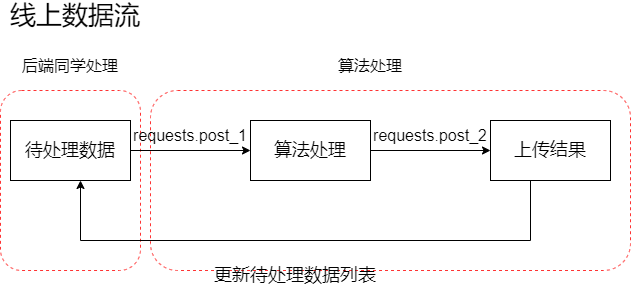
Before: 线上数据流.drawio.png, a diagram exported from draw.io (Linranran/my_images). Source tidied: cells renumbered, new cells last; positions are measured from the earlier drawing's top-left corner, leaving out a move shared by most shapes.
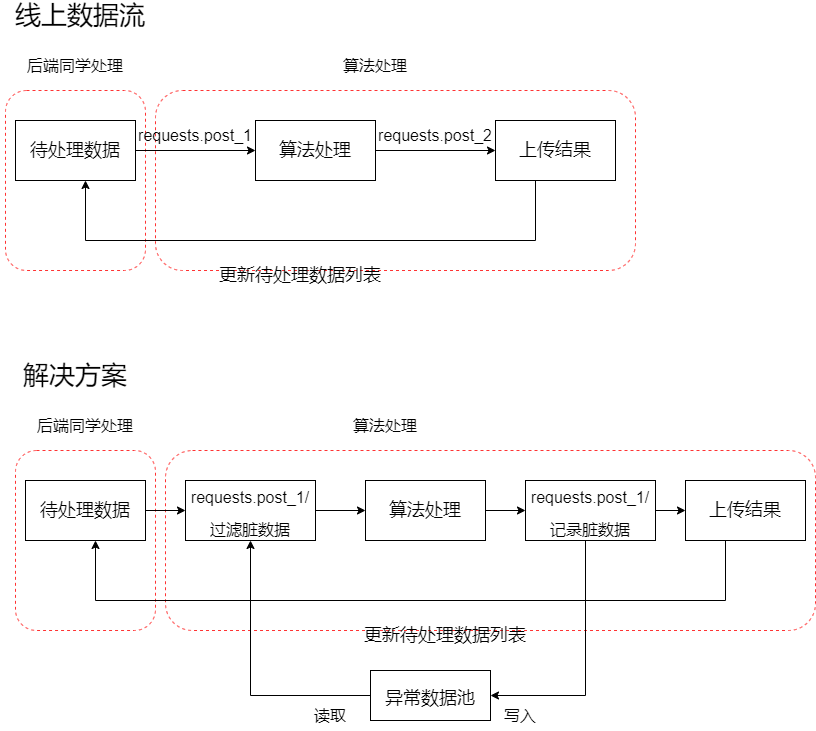
The same file after the commit.

Commit message:
Update 线上数据流.drawio.png

What changed in the source:
```diff
@@ -50,5 +50,78 @@
     <mxCell id="15" value="&lt;font style=&quot;font-size: 26px&quot;&gt;线上数据流&lt;/font&gt;" style="text;html=1;strokeColor=none;fillColor=none;align=center;verticalAlign=middle;whiteSpace=wrap;rounded=0;fontSize=18;" parent="1" vertex="1">
       <mxGeometry width="150" height="30" as="geometry" />
     </mxCell>
+    <mxCell id="16" value="&lt;font style=&quot;font-size: 26px&quot;&gt;解决方案&lt;/font&gt;" style="text;html=1;strokeColor=none;fillColor=none;align=center;verticalAlign=middle;whiteSpace=wrap;rounded=0;fontSize=18;" parent="1" vertex="1">
+      <mxGeometry x="-5" y="360" width="150" height="30" as="geometry" />
+    </mxCell>
+    <mxCell id="17" style="rounded=1;whiteSpace=wrap;html=1;fontSize=16;strokeColor=#FF3333;dashed=1;" parent="1" vertex="1">
+      <mxGeometry x="160" y="450" width="650" height="180" as="geometry" />
+    </mxCell>
+    <mxCell id="18" style="rounded=1;whiteSpace=wrap;html=1;fontSize=16;strokeColor=#FF3333;dashed=1;" parent="1" vertex="1">
+      <mxGeometry x="10" y="450" width="140" height="180" as="geometry" />
+    </mxCell>
+    <mxCell id="19" style="edgeStyle=orthogonalEdgeStyle;rounded=0;jettySize=auto;html=1;entryX=0;entryY=0.5;entryDx=0;entryDy=0;fontSize=16;" parent="1" edge="1" source="20" target="33">
+      <mxGeometry relative="1" as="geometry" />
+    </mxCell>
+    <mxCell id="20" value="&lt;font style=&quot;font-size: 18px&quot;&gt;待处理数据&lt;/font&gt;" style="rounded=0;whiteSpace=wrap;html=1;" parent="1" vertex="1">
+      <mxGeometry x="20" y="480" width="120" height="60" as="geometry" />
+    </mxCell>
+    <mxCell id="21" style="edgeStyle=orthogonalEdgeStyle;rounded=0;jettySize=auto;html=1;entryX=0;entryY=0.5;entryDx=0;entryDy=0;fontSize=16;" parent="1" edge="1" source="22" target="36">
+      <mxGeometry relative="1" as="geometry" />
+    </mxCell>
+    <mxCell id="22" value="算法处理" style="rounded=0;whiteSpace=wrap;html=1;fontSize=18;" parent="1" vertex="1">
+      <mxGeometry x="360" y="480" width="120" height="60" as="geometry" />
+    </mxCell>
+    <mxCell id="23" style="edgeStyle=orthogonalEdgeStyle;rounded=0;jettySize=auto;html=1;fontSize=18;" parent="1" edge="1" source="24">
+      <mxGeometry relative="1" as="geometry">
+        <mxPoint x="90" y="540" as="targetPoint" />
+        <Array as="points">
+          <mxPoint x="720" y="600" />
+          <mxPoint x="90" y="600" />
+        </Array>
+      </mxGeometry>
+    </mxCell>
+    <mxCell id="24" value="上传结果" style="rounded=0;whiteSpace=wrap;html=1;fontSize=18;" parent="1" vertex="1">
+      <mxGeometry x="680" y="480" width="120" height="60" as="geometry" />
+    </mxCell>
+    <mxCell id="25" value="更新待处理数据列表" style="text;html=1;strokeColor=none;fillColor=none;align=center;verticalAlign=middle;whiteSpace=wrap;rounded=0;fontSize=18;" parent="1" vertex="1">
+      <mxGeometry x="355" y="620" width="170" height="30" as="geometry" />
+    </mxCell>
+    <mxCell id="26" value="&lt;span style=&quot;font-size: 16px&quot;&gt;后端同学处理&lt;/span&gt;" style="text;html=1;strokeColor=none;fillColor=none;align=center;verticalAlign=middle;whiteSpace=wrap;rounded=0;fontSize=18;" parent="1" vertex="1">
+      <mxGeometry x="20" y="410" width="120" height="30" as="geometry" />
+    </mxCell>
+    <mxCell id="27" value="&lt;span style=&quot;font-size: 16px&quot;&gt;算法处理&lt;/span&gt;" style="text;html=1;strokeColor=none;fillColor=none;align=center;verticalAlign=middle;whiteSpace=wrap;rounded=0;fontSize=18;" parent="1" vertex="1">
+      <mxGeometry x="320" y="410" width="120" height="30" as="geometry" />
+    </mxCell>
+    <mxCell id="28" style="edgeStyle=orthogonalEdgeStyle;rounded=0;jettySize=auto;html=1;entryX=0.5;entryY=1;entryDx=0;entryDy=0;fontSize=16;" parent="1" edge="1" source="29" target="33">
+      <mxGeometry relative="1" as="geometry" />
+    </mxCell>
+    <mxCell id="29" value="&lt;font style=&quot;font-size: 18px&quot;&gt;异常数据池&lt;/font&gt;" style="rounded=0;whiteSpace=wrap;html=1;shadow=0;fontSize=26;strokeColor=#000000;" parent="1" vertex="1">
+      <mxGeometry x="365" y="670" width="120" height="50" as="geometry" />
+    </mxCell>
+    <mxCell id="30" value="&lt;font style=&quot;font-size: 16px&quot;&gt;写入&lt;/font&gt;" style="text;html=1;strokeColor=none;fillColor=none;align=center;verticalAlign=middle;whiteSpace=wrap;rounded=0;shadow=0;dashed=1;fontSize=18;" parent="1" vertex="1">
+      <mxGeometry x="485" y="700" width="60" height="30" as="geometry" />
+    </mxCell>
+    <mxCell id="31" value="&lt;font style=&quot;font-size: 16px&quot;&gt;读取&lt;/font&gt;" style="text;html=1;strokeColor=none;fillColor=none;align=center;verticalAlign=middle;whiteSpace=wrap;rounded=0;shadow=0;dashed=1;fontSize=18;" parent="1" vertex="1">
+      <mxGeometry x="295" y="700" width="60" height="30" as="geometry" />
+    </mxCell>
+    <mxCell id="32" style="edgeStyle=orthogonalEdgeStyle;rounded=0;jettySize=auto;html=1;entryX=0;entryY=0.5;entryDx=0;entryDy=0;fontSize=16;" parent="1" edge="1" source="33" target="22">
+      <mxGeometry relative="1" as="geometry" />
+    </mxCell>
+    <mxCell id="33" value="&lt;span style=&quot;font-size: 16px&quot;&gt;requests.post_1/过滤脏数据&lt;/span&gt;" style="rounded=0;whiteSpace=wrap;html=1;shadow=0;fontSize=26;strokeColor=#000000;" parent="1" vertex="1">
+      <mxGeometry x="180" y="480" width="130" height="60" as="geometry" />
+    </mxCell>
+    <mxCell id="34" style="edgeStyle=orthogonalEdgeStyle;rounded=0;jettySize=auto;html=1;entryX=0;entryY=0.5;entryDx=0;entryDy=0;fontSize=16;" parent="1" edge="1" source="36" target="24">
+      <mxGeometry relative="1" as="geometry" />
+    </mxCell>
+    <mxCell id="35" style="edgeStyle=orthogonalEdgeStyle;rounded=0;jettySize=auto;html=1;entryX=1;entryY=0.5;entryDx=0;entryDy=0;fontSize=16;" parent="1" edge="1" source="36" target="29">
+      <mxGeometry relative="1" as="geometry">
+        <Array as="points">
+          <mxPoint x="580" y="695" />
+        </Array>
+      </mxGeometry>
+    </mxCell>
+    <mxCell id="36" value="&lt;span style=&quot;font-size: 16px&quot;&gt;requests.post_1/记录脏数据&lt;/span&gt;" style="rounded=0;whiteSpace=wrap;html=1;shadow=0;fontSize=26;strokeColor=#000000;" parent="1" vertex="1">
+      <mxGeometry x="520" y="480" width="130" height="60" as="geometry" />
+    </mxCell>
   </root>
 </mxGraphModel>
```
